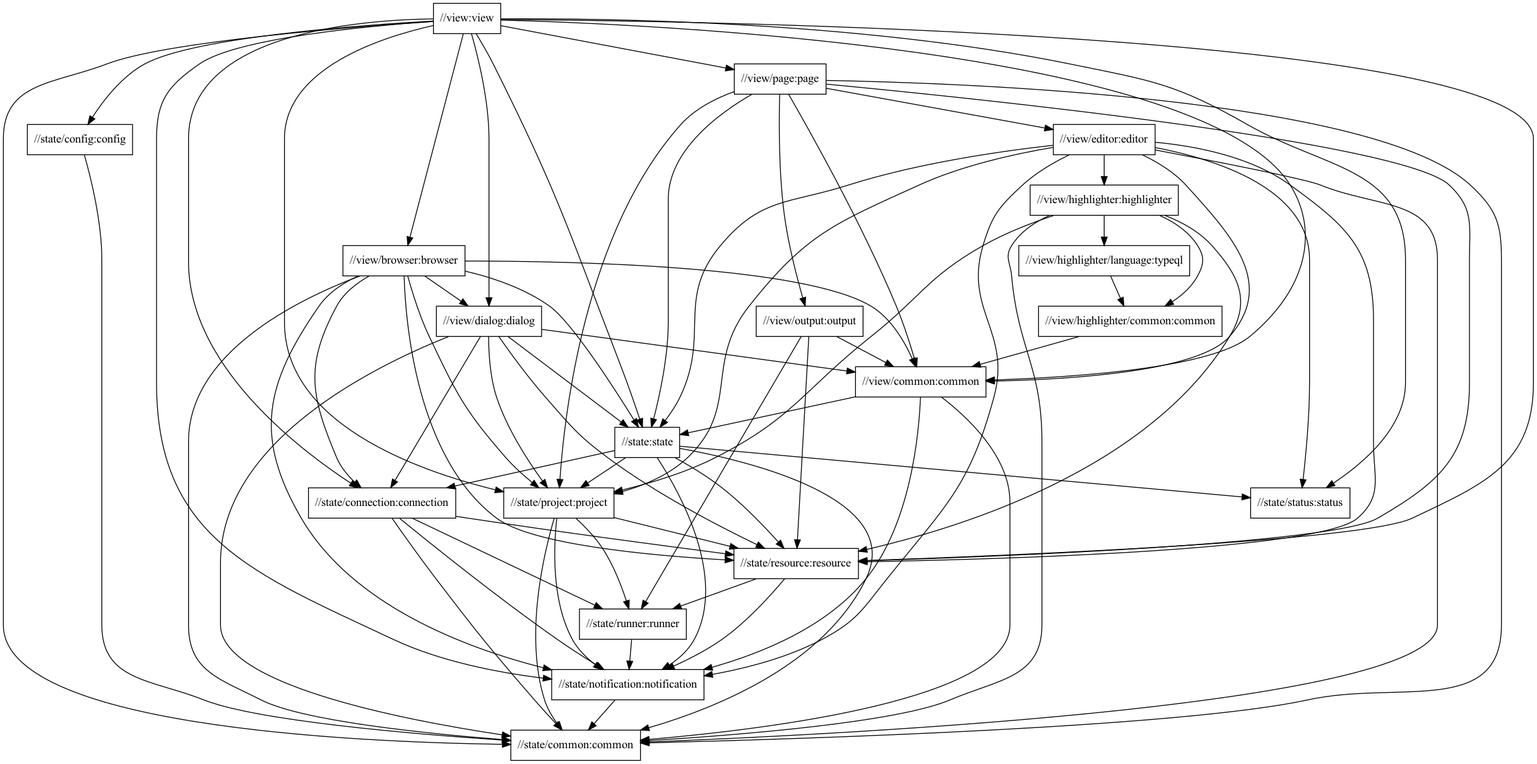
Above: docs/global-package-structure.png in typedb/typedb-studio (Graphviz), before the change. Its source is kept beside it as docs/global-package-structure.dot.
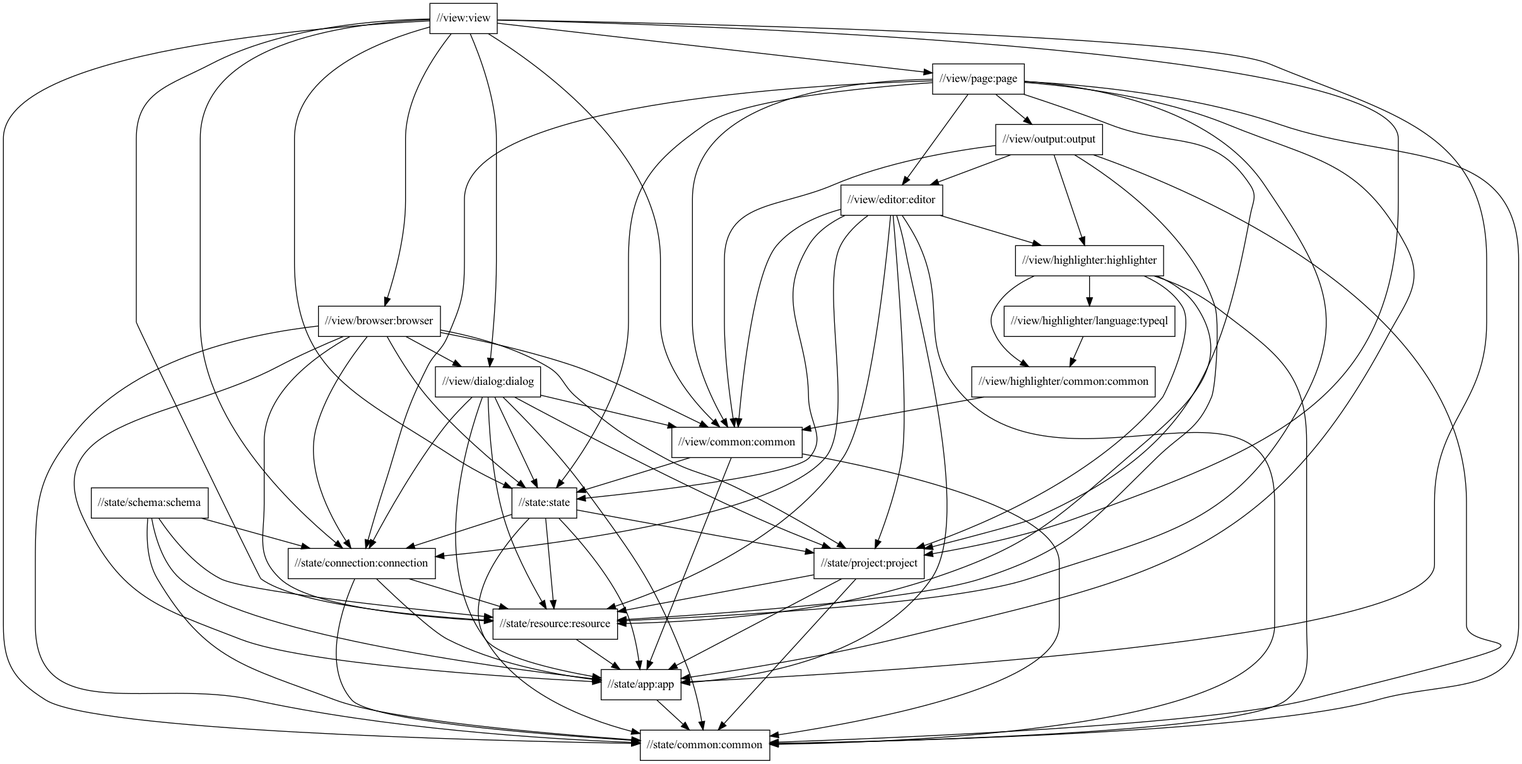
The same diagram one commit later.

What changed in the source:
```diff
@@ -2,48 +2,38 @@
   node [shape=box];
   "//view:view"
   "//view:view" -> "//state:state"
+  "//view:view" -> "//state/app:app"
   "//view:view" -> "//state/common:common"
-  "//view:view" -> "//state/config:config"
   "//view:view" -> "//state/connection:connection"
-  "//view:view" -> "//state/notification:notification"
   "//view:view" -> "//state/project:project"
   "//view:view" -> "//state/resource:resource"
-  "//view:view" -> "//state/status:status"
   "//view:view" -> "//view/browser:browser"
   "//view:view" -> "//view/common:common"
   "//view:view" -> "//view/dialog:dialog"
   "//view:view" -> "//view/page:page"
   "//view/page:page"
   "//view/page:page" -> "//state:state"
+  "//view/page:page" -> "//state/app:app"
   "//view/page:page" -> "//state/common:common"
+  "//view/page:page" -> "//state/connection:connection"
   "//view/page:page" -> "//state/project:project"
   "//view/page:page" -> "//state/resource:resource"
   "//view/page:page" -> "//view/common:common"
   "//view/page:page" -> "//view/editor:editor"
   "//view/page:page" -> "//view/output:output"
-  "//view/browser:browser"
-  "//view/browser:browser" -> "//state:state"
-  "//view/browser:browser" -> "//state/common:common"
-  "//view/browser:browser" -> "//state/connection:connection"
-  "//view/browser:browser" -> "//state/notification:notification"
-  "//view/browser:browser" -> "//state/project:project"
-  "//view/browser:browser" -> "//state/resource:resource"
-  "//view/browser:browser" -> "//view/common:common"
-  "//view/browser:browser" -> "//view/dialog:dialog"
-  "//view/dialog:dialog"
-  "//view/dialog:dialog" -> "//state:state"
-  "//view/dialog:dialog" -> "//state/common:common"
-  "//view/dialog:dialog" -> "//state/connection:connection"
-  "//view/dialog:dialog" -> "//state/project:project"
-  "//view/dialog:dialog" -> "//state/resource:resource"
-  "//view/dialog:dialog" -> "//view/common:common"
+  "//view/output:output"
+  "//view/output:output" -> "//state/common:common"
+  "//view/output:output" -> "//state/resource:resource"
+  "//view/output:output" -> "//view/common:common"
+  "//view/output:output" -> "//view/editor:editor"
+  "//view/output:output" -> "//view/highlighter:highlighter"
   "//view/editor:editor"
   "//view/editor:editor" -> "//state:state"
+  "//view/editor:editor" -> "//state/app:app"
   "//view/editor:editor" -> "//state/common:common"
-  "//view/editor:editor" -> "//state/notification:notification"
+  "//view/editor:editor" -> "//state/connection:connection"
   "//view/editor:editor" -> "//state/project:project"
   "//view/editor:editor" -> "//state/resource:resource"
-  "//view/editor:editor" -> "//state/status:status"
   "//view/editor:editor" -> "//view/common:common"
   "//view/editor:editor" -> "//view/highlighter:highlighter"
   "//view/highlighter:highlighter"
@@ -56,40 +46,49 @@
   "//view/highlighter/language:typeql" -> "//view/highlighter/common:common"
   "//view/highlighter/common:common"
   "//view/highlighter/common:common" -> "//view/common:common"
-  "//state/config:config"
-  "//state/config:config" -> "//state/common:common"
-  "//view/output:output"
-  "//view/output:output" -> "//state/resource:resource"
-  "//view/output:output" -> "//state/runner:runner"
-  "//view/output:output" -> "//view/common:common"
+  "//view/browser:browser"
+  "//view/browser:browser" -> "//state:state"
+  "//view/browser:browser" -> "//state/app:app"
+  "//view/browser:browser" -> "//state/common:common"
+  "//view/browser:browser" -> "//state/connection:connection"
+  "//view/browser:browser" -> "//state/project:project"
+  "//view/browser:browser" -> "//state/resource:resource"
+  "//view/browser:browser" -> "//view/common:common"
+  "//view/browser:browser" -> "//view/dialog:dialog"
+  "//view/dialog:dialog"
+  "//view/dialog:dialog" -> "//state:state"
+  "//view/dialog:dialog" -> "//state/app:app"
+  "//view/dialog:dialog" -> "//state/common:common"
+  "//view/dialog:dialog" -> "//state/connection:connection"
+  "//view/dialog:dialog" -> "//state/project:project"
+  "//view/dialog:dialog" -> "//state/resource:resource"
+  "//view/dialog:dialog" -> "//view/common:common"
   "//view/common:common"
-  "//view/common:common" -> "//state/notification:notification"
+  "//view/common:common" -> "//state/common:common"
   "//view/common:common" -> "//state:state"
-  "//view/common:common" -> "//state/common:common"
+  "//view/common:common" -> "//state/app:app"
   "//state:state"
+  "//state:state" -> "//state/app:app"
   "//state:state" -> "//state/common:common"
   "//state:state" -> "//state/connection:connection"
-  "//state:state" -> "//state/notification:notification"
   "//state:state" -> "//state/project:project"
   "//state:state" -> "//state/resource:resource"
-  "//state:state" -> "//state/status:status"
-  "//state/status:status"
+  "//state/schema:schema"
+  "//state/schema:schema" -> "//state/app:app"
+  "//state/schema:schema" -> "//state/common:common"
+  "//state/schema:schema" -> "//state/connection:connection"
+  "//state/schema:schema" -> "//state/resource:resource"
+  "//state/connection:connection"
+  "//state/connection:connection" -> "//state/app:app"
+  "//state/connection:connection" -> "//state/common:common"
+  "//state/connection:connection" -> "//state/resource:resource"
   "//state/project:project"
+  "//state/project:project" -> "//state/app:app"
   "//state/project:project" -> "//state/common:common"
-  "//state/project:project" -> "//state/notification:notification"
   "//state/project:project" -> "//state/resource:resource"
-  "//state/project:project" -> "//state/runner:runner"
-  "//state/connection:connection"
-  "//state/connection:connection" -> "//state/common:common"
-  "//state/connection:connection" -> "//state/notification:notification"
-  "//state/connection:connection" -> "//state/resource:resource"
-  "//state/connection:connection" -> "//state/runner:runner"
   "//state/resource:resource"
-  "//state/resource:resource" -> "//state/notification:notification"
-  "//state/resource:resource" -> "//state/runner:runner"
-  "//state/runner:runner"
-  "//state/runner:runner" -> "//state/notification:notification"
-  "//state/notification:notification"
-  "//state/notification:notification" -> "//state/common:common"
+  "//state/resource:resource" -> "//state/app:app"
+  "//state/app:app"
+  "//state/app:app" -> "//state/common:common"
   "//state/common:common"
 }
```
